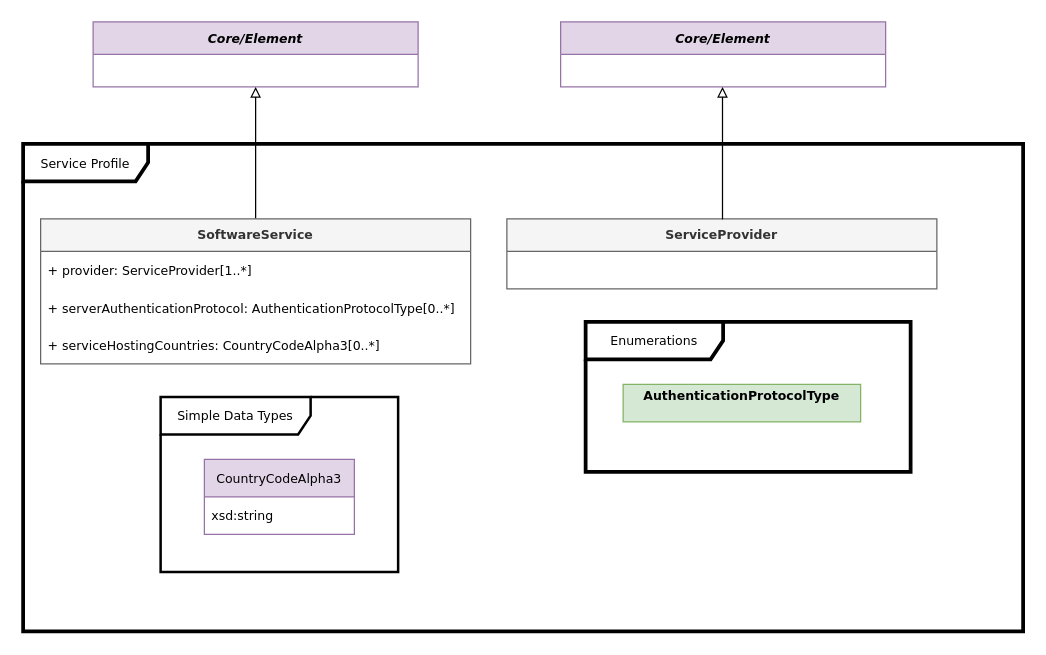
The draw.io diagram page "Service" (9 of 9) of docs/model.drawio in spdx/spdx-3-model, before the edit. Source tidied: cells renumbered, new cells numbered last; positions are measured from the earlier drawing's top-left corner, leaving out a move shared by most shapes. Both pictures are drawn from the tidied source at 125%, with x=0, y=0 at pixel (22, 21).
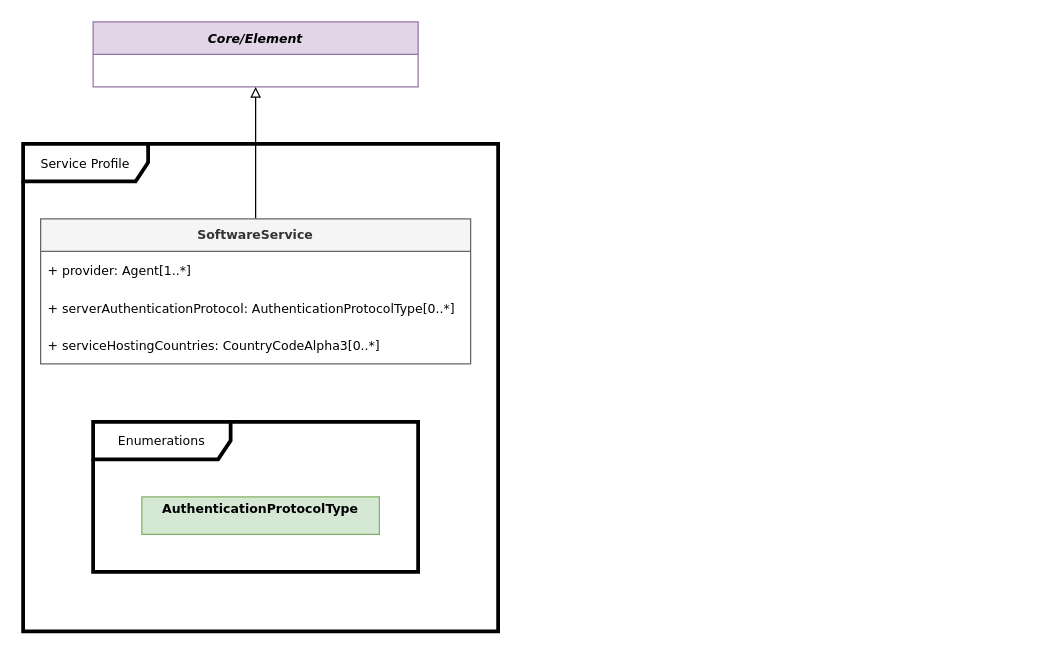
After the change.

Diff of the diagram source:
```diff
@@
 <mxGraphModel>
   <root>
     <mxCell id="0" />
     <mxCell id="1" parent="0" />
     <mxCell id="2" value="Core/Element" style="swimlane;fontStyle=3;horizontal=1;startSize=26;fillColor=#e1d5e7;strokeColor=#9673a6;fontFamily=Verdana;fontSize=10;" parent="1" vertex="1">
       <mxGeometry x="56" width="260" height="52" as="geometry" />
     </mxCell>
     <mxCell id="3" style="endArrow=block;html=1;rounded=0;entryX=0.5;entryY=1;entryDx=0;entryDy=0;exitX=0.5;exitY=0;exitDx=0;exitDy=0;endFill=0;fontFamily=Verdana;fontSize=10;" parent="1" edge="1" source="5" target="2">
       <mxGeometry relative="1" as="geometry" />
     </mxCell>
     <mxCell id="4" value="Service Profile" style="shape=umlFrame;whiteSpace=wrap;html=1;width=100;height=30;strokeWidth=3;fontFamily=Verdana;fontSize=10;" parent="1" vertex="1">
-      <mxGeometry y="97.5" width="800" height="390" as="geometry" />
+      <mxGeometry y="97.5" width="380" height="390" as="geometry" />
     </mxCell>
     <mxCell id="5" value="SoftwareService" style="swimlane;fontStyle=1;horizontal=1;startSize=26;fillColor=#f5f5f5;strokeColor=#666666;fontColor=#333333;fontFamily=Verdana;fontSize=10;" parent="1" vertex="1">
       <mxGeometry x="14" y="157.5" width="344" height="116" as="geometry" />
     </mxCell>
-    <mxCell id="6" value="+ provider: ServiceProvider[1..*]" style="text;strokeColor=none;fillColor=none;align=left;verticalAlign=middle;spacingLeft=4;spacingRight=4;overflow=hidden;whiteSpace=wrap;html=1;fontFamily=Verdana;fontSize=10;" parent="5" vertex="1">
+    <mxCell id="6" value="+ provider: Agent[1..*]" style="text;strokeColor=none;fillColor=none;align=left;verticalAlign=middle;spacingLeft=4;spacingRight=4;overflow=hidden;whiteSpace=wrap;html=1;fontFamily=Verdana;fontSize=10;" parent="5" vertex="1">
       <mxGeometry y="26" width="344" height="30" as="geometry" />
     </mxCell>
     <mxCell id="7" value="+ serverAuthenticationProtocol:&amp;nbsp;AuthenticationProtocolType[0..*]" style="text;strokeColor=none;fillColor=none;align=left;verticalAlign=middle;spacingLeft=4;spacingRight=4;overflow=hidden;whiteSpace=wrap;html=1;fontFamily=Verdana;fontSize=10;" parent="5" vertex="1">
       <mxGeometry y="56" width="344" height="30" as="geometry" />
     </mxCell>
     <mxCell id="8" value="+ serviceHostingCountries: CountryCodeAlpha3[0..*]" style="text;strokeColor=none;fillColor=none;align=left;verticalAlign=middle;spacingLeft=4;spacingRight=4;overflow=hidden;whiteSpace=wrap;html=1;fontFamily=Verdana;fontSize=10;" parent="5" vertex="1">
       <mxGeometry y="86" width="344" height="30" as="geometry" />
     </mxCell>
-    <mxCell id="9" value="ServiceProvider" style="swimlane;fontStyle=1;horizontal=1;startSize=26;fillColor=#f5f5f5;strokeColor=#666666;fontColor=#333333;fontFamily=Verdana;fontSize=10;" parent="1" vertex="1">
-      <mxGeometry x="387" y="157.5" width="344" height="56" as="geometry" />
-    </mxCell>
-    <mxCell id="10" value="Core/Element" style="swimlane;fontStyle=3;horizontal=1;startSize=26;fillColor=#e1d5e7;strokeColor=#9673a6;fontFamily=Verdana;fontSize=10;" parent="1" vertex="1">
-      <mxGeometry x="430" width="260" height="52" as="geometry" />
-    </mxCell>
-    <mxCell id="11" style="endArrow=block;html=1;rounded=0;entryX=0.5;entryY=1;entryDx=0;entryDy=0;exitX=0.5;exitY=0;exitDx=0;exitDy=0;endFill=0;fontFamily=Verdana;fontSize=10;" parent="1" edge="1">
-      <mxGeometry relative="1" as="geometry">
-        <mxPoint x="559.5" y="158" as="sourcePoint" />
-        <mxPoint x="559.5" y="52" as="targetPoint" />
-      </mxGeometry>
-    </mxCell>
-    <mxCell id="12" value="Simple Data Types" style="shape=umlFrame;whiteSpace=wrap;html=1;width=120;height=30;strokeWidth=2;fontFamily=Verdana;fontSize=10;fontStyle=0;" parent="1" vertex="1">
-      <mxGeometry x="110" y="300" width="190" height="140" as="geometry" />
-    </mxCell>
-    <mxCell id="13" value="&lt;span style=&quot;text-align: left;&quot;&gt;CountryCodeAlpha3&lt;/span&gt;" style="swimlane;fontStyle=0;horizontal=1;startSize=30;whiteSpace=wrap;html=1;fontFamily=Verdana;fontSize=10;fillColor=#e1d5e7;strokeColor=#9673a6;" parent="1" vertex="1">
-      <mxGeometry x="145" y="350" width="120" height="60" as="geometry" />
-    </mxCell>
-    <mxCell id="14" value="xsd:string" style="text;strokeColor=none;fillColor=none;align=left;verticalAlign=middle;spacingLeft=4;spacingRight=4;overflow=hidden;whiteSpace=wrap;html=1;fontFamily=Verdana;fontSize=10;" parent="13" vertex="1">
-      <mxGeometry y="30" width="120" height="30" as="geometry" />
-    </mxCell>
     <mxCell id="15" value="Enumerations" style="shape=umlFrame;whiteSpace=wrap;html=1;width=110;height=30;strokeWidth=3;fontFamily=Verdana;fontSize=10;fontStyle=0;" parent="1" vertex="1">
-      <mxGeometry x="450" y="240" width="260" height="120" as="geometry" />
+      <mxGeometry x="56" y="320" width="260" height="120" as="geometry" />
     </mxCell>
     <mxCell id="16" value="&lt;p style=&quot;margin: 4px 0px 0px; text-align: center;&quot;&gt;&lt;span style=&quot;text-align: left; text-wrap-mode: wrap;&quot;&gt;&lt;b&gt;AuthenticationProtocolType&lt;/b&gt;&lt;/span&gt;&lt;/p&gt;" style="verticalAlign=top;align=left;overflow=fill;fontSize=10;fontFamily=Verdana;html=1;fillColor=#d5e8d4;strokeColor=#82b366;fontStyle=0;" parent="1" vertex="1">
-      <mxGeometry x="480" y="290" width="190" height="30" as="geometry" />
+      <mxGeometry x="95" y="380" width="190" height="30" as="geometry" />
     </mxCell>
   </root>
 </mxGraphModel>
```
